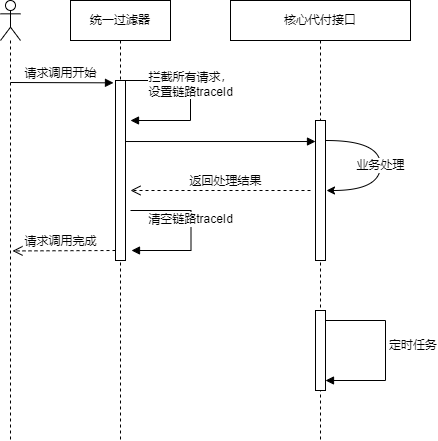
Earlier version of the draw.io export 链路追踪traceId填充流程图.png (songyibo2019/mydiagrams). Source tidied: cells renumbered, new cells last; positions are measured from the earlier drawing's top-left corner, leaving out a move shared by most shapes.
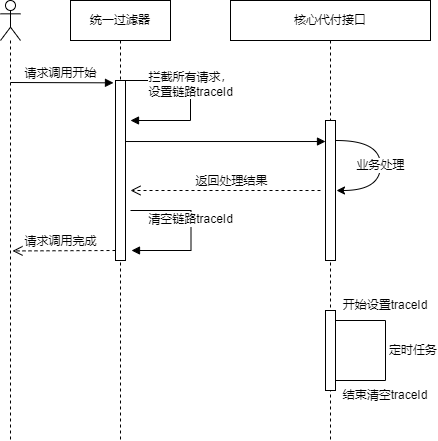
The same diagram one commit later.

Commit message:
Update 链路追踪traceId填充流程图.png

Change to the diagram source:
```diff
@@ -37,10 +37,10 @@
       </mxGeometry>
     </mxCell>
     <mxCell id="9" value="核心代付接口" style="shape=umlLifeline;perimeter=lifelinePerimeter;whiteSpace=wrap;html=1;" parent="1" vertex="1">
-      <mxGeometry x="230" width="180" height="440" as="geometry" />
+      <mxGeometry x="230" width="200" height="440" as="geometry" />
     </mxCell>
     <mxCell id="10" style="html=1;points=[];perimeter=orthogonalPerimeter;" parent="9" vertex="1">
-      <mxGeometry x="85" y="120" width="10" height="140" as="geometry" />
+      <mxGeometry x="95" y="120" width="10" height="140" as="geometry" />
     </mxCell>
     <mxCell id="11" value="业务处理" style="curved=1;endArrow=classic;html=1;rounded=0;exitX=1.1;exitY=0.143;exitDx=0;exitDy=0;exitPerimeter=0;entryX=1.1;entryY=0.5;entryDx=0;entryDy=0;entryPerimeter=0;" parent="9" edge="1" source="10" target="10">
       <mxGeometry relative="1" as="geometry">
@@ -60,14 +60,20 @@
       </mxGeometry>
     </mxCell>
     <mxCell id="13" style="html=1;points=[];perimeter=orthogonalPerimeter;" parent="9" vertex="1">
-      <mxGeometry x="85" y="310" width="10" height="80" as="geometry" />
+      <mxGeometry x="95" y="310" width="10" height="80" as="geometry" />
     </mxCell>
+    <mxCell id="18" value="开始设置traceId" style="text;html=1;strokeColor=none;fillColor=none;align=center;verticalAlign=middle;whiteSpace=wrap;rounded=0;" parent="9" vertex="1">
+      <mxGeometry x="110" y="290" width="90" height="30" as="geometry" />
+    </mxCell>
+    <mxCell id="19" value="结束清空traceId" style="text;html=1;strokeColor=none;fillColor=none;align=center;verticalAlign=middle;whiteSpace=wrap;rounded=0;" parent="9" vertex="1">
+      <mxGeometry x="110" y="380" width="90" height="30" as="geometry" />
+    </mxCell>
     <mxCell id="14" style="html=1;verticalAlign=bottom;endArrow=block;rounded=0;exitX=1;exitY=0.339;exitDx=0;exitDy=0;exitPerimeter=0;" parent="1" edge="1" source="5" target="10">
       <mxGeometry x="0.18" y="-69" relative="1" as="geometry" />
     </mxCell>
     <mxCell id="15" value="返回处理结果" style="html=1;verticalAlign=bottom;endArrow=open;dashed=1;endSize=8;rounded=0;" parent="1" edge="1">
       <mxGeometry x="-0.06" relative="1" as="geometry">
-        <mxPoint x="310" y="190" as="sourcePoint" />
+        <mxPoint x="320" y="190" as="sourcePoint" />
         <mxPoint x="130" y="190" as="targetPoint" />
         <Array as="points">
           <mxPoint x="220" y="190" />
```
